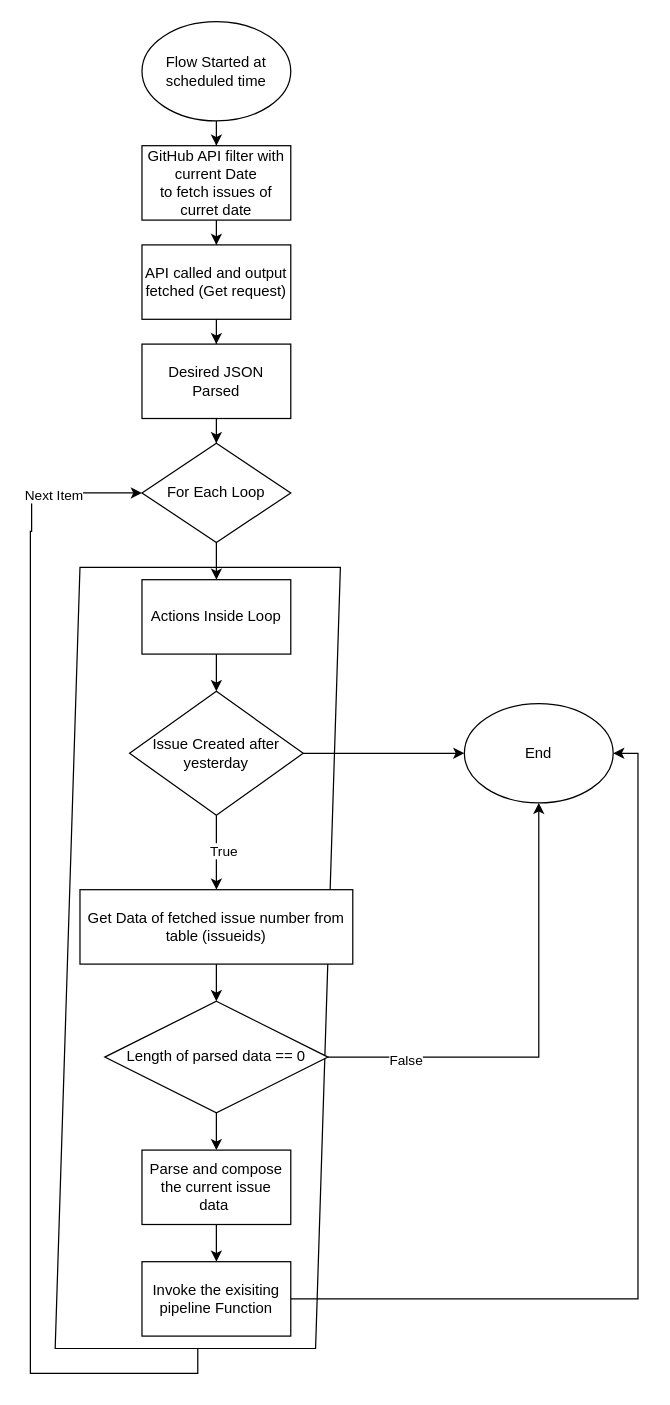
The draw.io diagram Untitled Diagram.drawio in contactsmriti/extensibilityMS, before the edit. Source tidied: cells renumbered, new cells numbered last; positions are measured from the earlier drawing's top-left corner, leaving out a move shared by most shapes. Both pictures are drawn from the tidied source at 124%, with x=0, y=0 at pixel (30, 21).
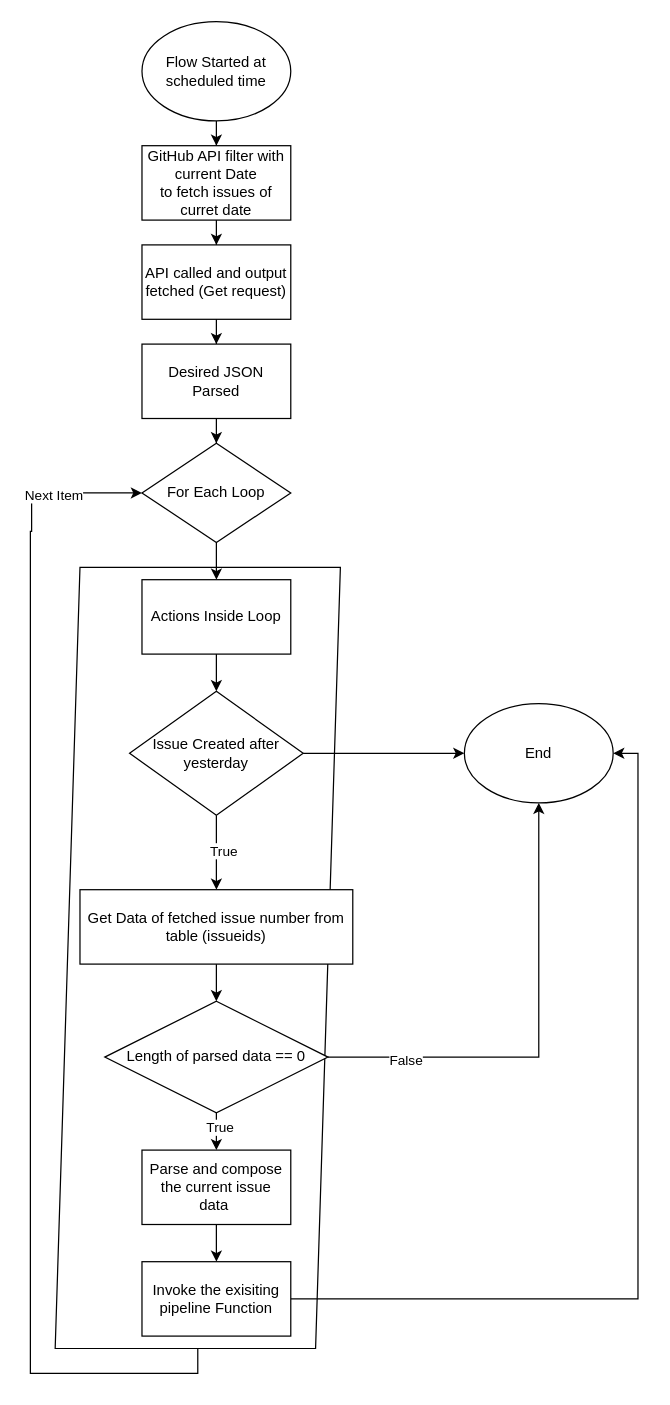
Above is the later version.

The change refers to these unchanged cells:
```xml
<mxCell id="25" style="edgeStyle=orthogonalEdgeStyle;rounded=0;jettySize=auto;html=1;exitX=0.5;exitY=1;exitDx=0;exitDy=0;entryX=0.5;entryY=0;entryDx=0;entryDy=0;" parent="1" edge="1" source="26" target="29">
  <mxGeometry relative="1" as="geometry" />
</mxCell>
```

Change to the diagram source:
```diff
@@
+    <mxCell id="32" value="True" style="edgeLabel;html=1;align=center;verticalAlign=middle;" parent="25" vertex="1">
+      <mxGeometry x="-0.24" y="2" relative="1" as="geometry" />
+    </mxCell>
```
